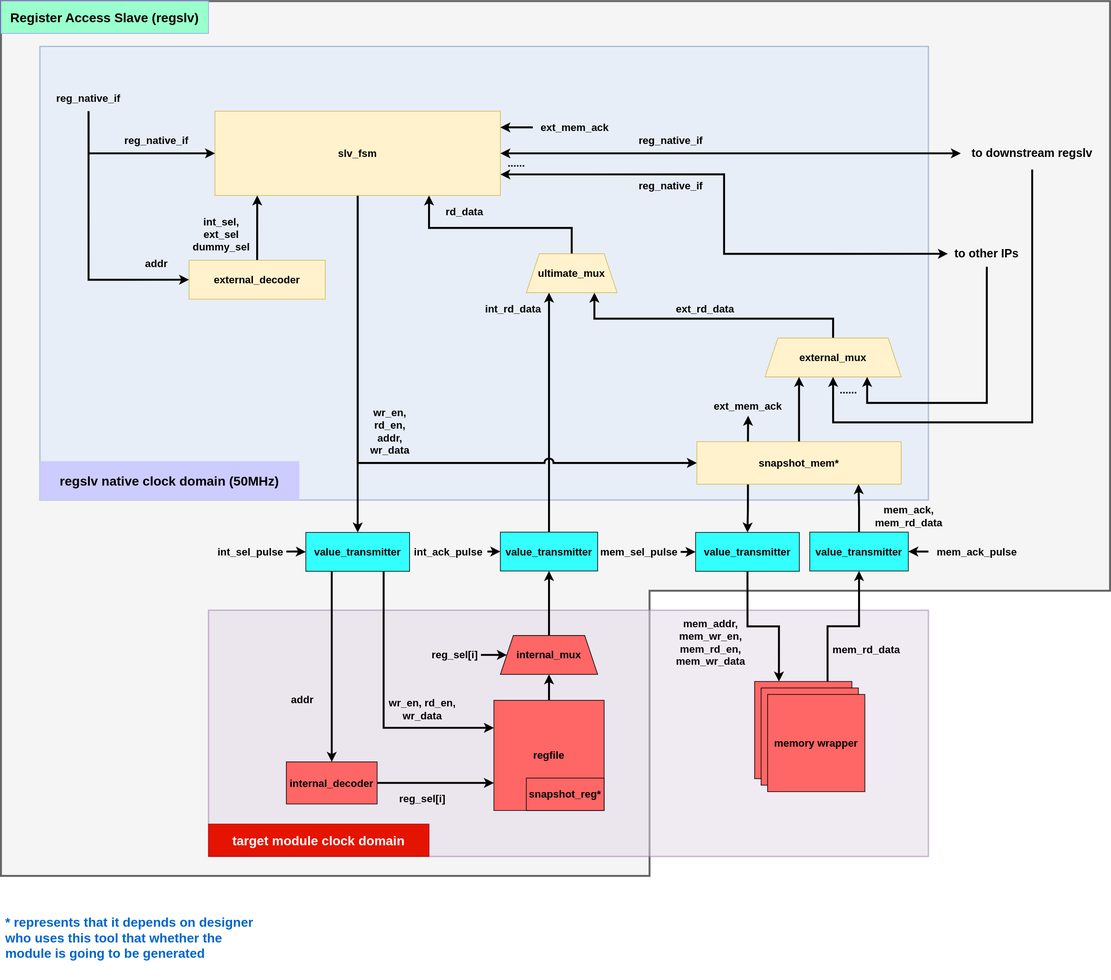
Earlier version of the draw.io export docs/pics/regslv_rtl_infra.svg (howsayhao/hj_reg_auto). Source tidied: cells renumbered, new cells last; positions are measured from the earlier drawing's top-left corner, leaving out a move shared by most shapes.
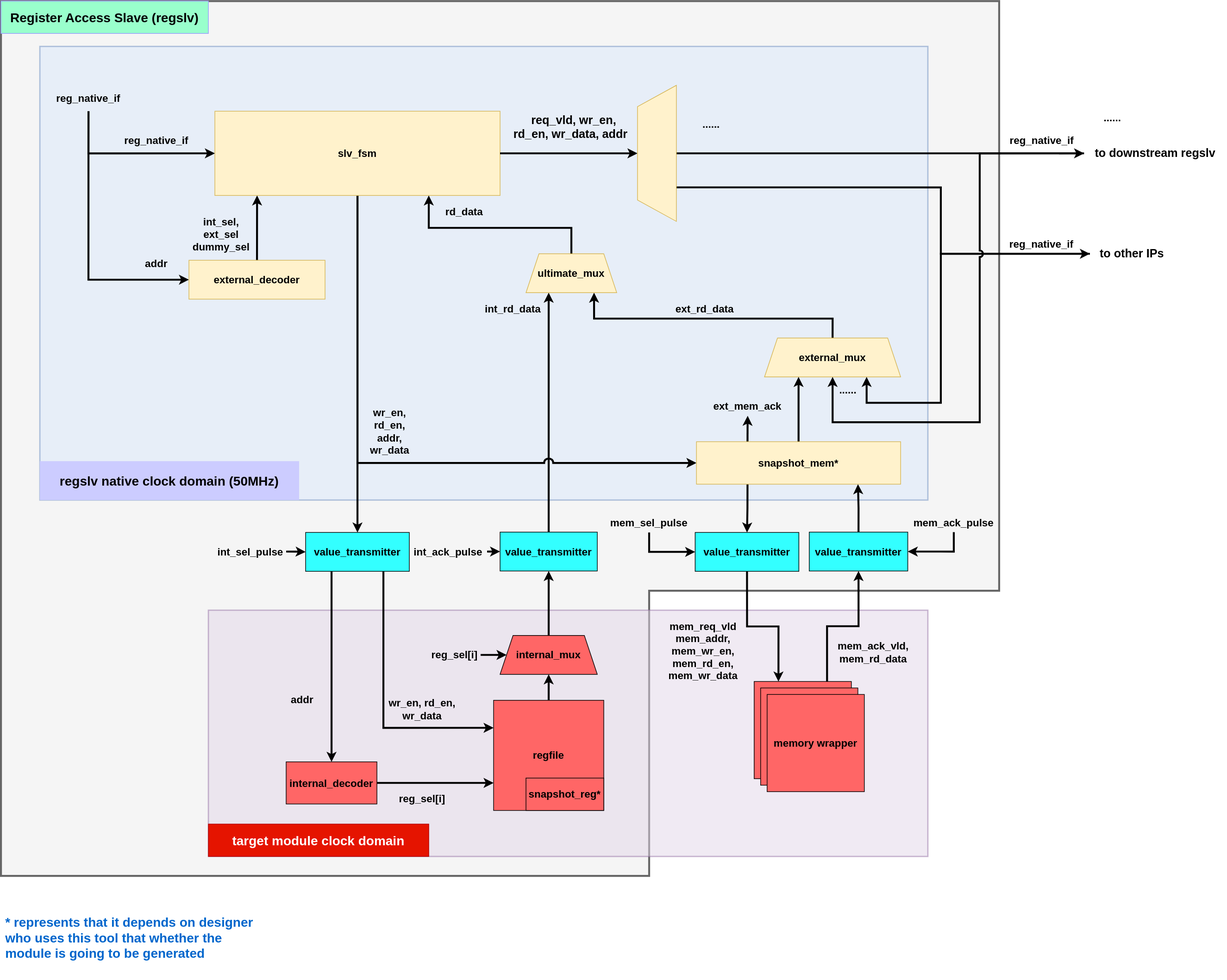
After the change.

Diff of the diagram source:
```diff
@@ -3,7 +3,7 @@
     <mxCell id="0" />
     <mxCell id="1" parent="0" />
     <mxCell id="2" style="shape=corner;whiteSpace=wrap;html=1;fillColor=#f5f5f5;dx=1000;dy=910;strokeWidth=3;strokeColor=#666666;fontColor=#333333;fontSize=16;" parent="1" vertex="1">
-      <mxGeometry width="1710" height="1350" as="geometry" />
+      <mxGeometry width="1540" height="1350" as="geometry" />
     </mxCell>
     <mxCell id="3" style="rounded=0;whiteSpace=wrap;html=1;fillColor=#e1d5e7;strokeColor=#9673a6;strokeWidth=2;opacity=50;fontSize=16;" parent="1" vertex="1">
       <mxGeometry x="320" y="940" width="1110" height="380" as="geometry" />
@@ -20,10 +20,15 @@
     <mxCell id="7" value="&lt;b style=&quot;font-size: 16px;&quot;&gt;value_transmitter&lt;/b&gt;" style="rounded=0;whiteSpace=wrap;html=1;fontColor=#000000;fillColor=#33FFFF;fontSize=16;" parent="1" vertex="1">
       <mxGeometry x="770" y="819.5" width="150" height="60" as="geometry" />
     </mxCell>
-    <mxCell id="8" style="edgeStyle=orthogonalEdgeStyle;rounded=0;html=1;exitX=1;exitY=0.75;exitDx=0;exitDy=0;entryX=0;entryY=0.5;entryDx=0;entryDy=0;fontSize=16;fontColor=#0066CC;strokeWidth=3;startArrow=classic;startFill=1;" parent="1" edge="1" source="12" target="47">
-      <mxGeometry relative="1" as="geometry" />
+    <mxCell id="8" style="edgeStyle=orthogonalEdgeStyle;rounded=0;html=1;entryX=0;entryY=0.5;entryDx=0;entryDy=0;fontSize=16;fontColor=#0066CC;strokeWidth=3;startArrow=none;startFill=0;exitX=0.25;exitY=1;exitDx=0;exitDy=0;" parent="1" edge="1" source="83" target="47">
+      <mxGeometry relative="1" as="geometry">
+        <Array as="points">
+          <mxPoint x="1450" y="288" />
+          <mxPoint x="1450" y="390" />
+        </Array>
+      </mxGeometry>
     </mxCell>
-    <mxCell id="9" style="edgeStyle=orthogonalEdgeStyle;rounded=0;html=1;exitX=1;exitY=0.5;exitDx=0;exitDy=0;fontSize=16;fontColor=#0066CC;strokeWidth=3;entryX=0;entryY=0.5;entryDx=0;entryDy=0;startArrow=classic;startFill=1;" parent="1" edge="1" source="12" target="49">
+    <mxCell id="9" style="edgeStyle=orthogonalEdgeStyle;rounded=0;html=1;fontSize=16;fontColor=#0066CC;strokeWidth=3;entryX=0;entryY=0.5;entryDx=0;entryDy=0;startArrow=none;startFill=0;exitX=0.5;exitY=1;exitDx=0;exitDy=0;" parent="1" edge="1" source="83" target="49">
       <mxGeometry relative="1" as="geometry" />
     </mxCell>
     <mxCell id="10" style="edgeStyle=orthogonalEdgeStyle;rounded=0;html=1;exitX=0.5;exitY=1;exitDx=0;exitDy=0;entryX=0;entryY=0.5;entryDx=0;entryDy=0;fontSize=16;fontColor=#0066CC;strokeWidth=3;jumpStyle=arc;jumpSize=10;" parent="1" edge="1" target="24">
@@ -125,73 +130,54 @@
     <mxCell id="37" value="&lt;b style=&quot;font-size: 16px;&quot;&gt;value_transmitter&lt;/b&gt;" style="rounded=0;whiteSpace=wrap;html=1;fontColor=#000000;fillColor=#33FFFF;fontSize=16;" parent="1" vertex="1">
       <mxGeometry x="1247" y="819.5" width="152" height="60" as="geometry" />
     </mxCell>
-    <mxCell id="38" style="edgeStyle=none;html=1;exitX=1;exitY=0.5;exitDx=0;exitDy=0;entryX=0;entryY=0.5;entryDx=0;entryDy=0;fontSize=18;strokeWidth=3;" parent="1" edge="1" source="39" target="13">
-      <mxGeometry relative="1" as="geometry" />
-    </mxCell>
-    <mxCell id="39" value="&lt;b style=&quot;font-size: 16px;&quot;&gt;mem_sel_pulse&lt;/b&gt;" style="text;html=1;strokeColor=none;fillColor=none;align=center;verticalAlign=middle;whiteSpace=wrap;rounded=0;fontSize=16;" parent="1" vertex="1">
-      <mxGeometry x="920" y="835" width="128" height="30" as="geometry" />
-    </mxCell>
     <mxCell id="40" style="edgeStyle=orthogonalEdgeStyle;rounded=0;html=1;exitX=0.75;exitY=0;exitDx=0;exitDy=0;entryX=0.5;entryY=1;entryDx=0;entryDy=0;strokeWidth=3;fontSize=16;" parent="1" edge="1" source="71" target="37">
       <mxGeometry relative="1" as="geometry" />
     </mxCell>
-    <mxCell id="41" style="edgeStyle=none;html=1;entryX=1;entryY=0.5;entryDx=0;entryDy=0;fontSize=18;strokeWidth=3;" parent="1" edge="1" source="42" target="37">
-      <mxGeometry relative="1" as="geometry" />
-    </mxCell>
-    <mxCell id="42" value="&lt;b style=&quot;font-size: 16px;&quot;&gt;mem_ack_pulse&lt;/b&gt;" style="text;html=1;strokeColor=none;fillColor=none;align=center;verticalAlign=middle;whiteSpace=wrap;rounded=0;fontSize=16;" parent="1" vertex="1">
-      <mxGeometry x="1430" y="834.5" width="150" height="30" as="geometry" />
-    </mxCell>
     <mxCell id="43" value="&lt;font style=&quot;font-size: 20px;&quot; color=&quot;#0066cc&quot;&gt;&lt;span style=&quot;font-size: 20px;&quot;&gt;* represents that it depends on designer who uses this tool that whether the module is going to be generated&lt;/span&gt;&lt;/font&gt;" style="text;html=1;strokeColor=none;fillColor=none;align=left;verticalAlign=middle;whiteSpace=wrap;rounded=0;fontSize=20;spacingLeft=5;fontStyle=1;" parent="1" vertex="1">
       <mxGeometry y="1380" width="410" height="130" as="geometry" />
     </mxCell>
-    <mxCell id="44" value="&lt;b style=&quot;font-size: 16px;&quot;&gt;mem_ack,&lt;br style=&quot;font-size: 16px;&quot;&gt;mem_rd_data&lt;br style=&quot;font-size: 16px;&quot;&gt;&lt;/b&gt;" style="text;html=1;strokeColor=none;fillColor=none;align=center;verticalAlign=middle;whiteSpace=wrap;rounded=0;fontSize=16;" parent="1" vertex="1">
-      <mxGeometry x="1340" y="769.5" width="120" height="50" as="geometry" />
-    </mxCell>
     <mxCell id="45" value="&lt;b style=&quot;font-size: 16px;&quot;&gt;ext_rd_data&lt;/b&gt;" style="text;html=1;strokeColor=none;fillColor=none;align=center;verticalAlign=middle;whiteSpace=wrap;rounded=0;fontSize=16;" parent="1" vertex="1">
       <mxGeometry x="1030" y="460" width="112" height="30" as="geometry" />
     </mxCell>
-    <mxCell id="46" style="edgeStyle=orthogonalEdgeStyle;rounded=0;html=1;exitX=0.5;exitY=1;exitDx=0;exitDy=0;entryX=0.75;entryY=1;entryDx=0;entryDy=0;fontSize=16;fontColor=#0066CC;strokeWidth=3;" parent="1" edge="1" source="47" target="18">
+    <mxCell id="46" style="edgeStyle=orthogonalEdgeStyle;rounded=0;html=1;exitX=0;exitY=0.5;exitDx=0;exitDy=0;entryX=0.75;entryY=1;entryDx=0;entryDy=0;fontSize=16;fontColor=#0066CC;strokeWidth=3;" parent="1" edge="1" source="47" target="18">
       <mxGeometry relative="1" as="geometry">
         <Array as="points">
-          <mxPoint x="1520" y="620" />
-          <mxPoint x="1335" y="620" />
+          <mxPoint x="1450" y="390" />
+          <mxPoint x="1450" y="620" />
+          <mxPoint x="1336" y="620" />
         </Array>
       </mxGeometry>
     </mxCell>
     <mxCell id="47" value="to other IPs" style="rounded=0;whiteSpace=wrap;html=1;fontSize=18;fillColor=none;strokeColor=none;fontStyle=1;" parent="1" vertex="1">
-      <mxGeometry x="1460" y="370" width="120" height="40" as="geometry" />
+      <mxGeometry x="1680" y="370" width="130" height="40" as="geometry" />
     </mxCell>
-    <mxCell id="48" style="edgeStyle=orthogonalEdgeStyle;rounded=0;html=1;entryX=0.5;entryY=1;entryDx=0;entryDy=0;fontSize=16;fontColor=#0066CC;strokeWidth=3;exitX=0.5;exitY=1;exitDx=0;exitDy=0;" parent="1" edge="1" source="49" target="18">
+    <mxCell id="48" style="edgeStyle=orthogonalEdgeStyle;rounded=0;html=1;entryX=0.5;entryY=1;entryDx=0;entryDy=0;fontSize=16;fontColor=#0066CC;strokeWidth=3;exitX=0;exitY=0.5;exitDx=0;exitDy=0;jumpStyle=arc;" parent="1" edge="1" source="49" target="18">
       <mxGeometry relative="1" as="geometry">
         <Array as="points">
-          <mxPoint x="1590" y="650" />
+          <mxPoint x="1510" y="235" />
+          <mxPoint x="1510" y="650" />
           <mxPoint x="1283" y="650" />
         </Array>
       </mxGeometry>
     </mxCell>
     <mxCell id="49" value="to downstream regslv" style="rounded=0;whiteSpace=wrap;html=1;fontSize=18;fillColor=none;strokeColor=none;fontStyle=1;" parent="1" vertex="1">
-      <mxGeometry x="1480" y="210" width="220" height="50" as="geometry" />
+      <mxGeometry x="1671" y="210" width="220" height="50" as="geometry" />
     </mxCell>
     <mxCell id="50" value="&lt;b style=&quot;font-size: 16px;&quot;&gt;......&lt;/b&gt;" style="text;html=1;strokeColor=none;fillColor=none;align=center;verticalAlign=middle;whiteSpace=wrap;rounded=0;fontSize=16;" parent="1" vertex="1">
       <mxGeometry x="1282" y="590" width="50" height="20" as="geometry" />
     </mxCell>
     <mxCell id="51" value="&lt;b style=&quot;font-size: 16px;&quot;&gt;......&lt;/b&gt;" style="text;html=1;strokeColor=none;fillColor=none;align=center;verticalAlign=middle;whiteSpace=wrap;rounded=0;fontSize=16;" parent="1" vertex="1">
-      <mxGeometry x="770" y="240" width="50" height="20" as="geometry" />
+      <mxGeometry x="1071" y="180" width="50" height="20" as="geometry" />
     </mxCell>
     <mxCell id="52" value="&lt;b style=&quot;font-size: 16px;&quot;&gt;reg_native_if&lt;/b&gt;" style="text;html=1;strokeColor=none;fillColor=none;align=center;verticalAlign=middle;whiteSpace=wrap;rounded=0;fontSize=16;fontColor=#000000;" parent="1" vertex="1">
-      <mxGeometry x="968" y="200" width="130" height="30" as="geometry" />
+      <mxGeometry x="1541" y="200" width="130" height="30" as="geometry" />
     </mxCell>
     <mxCell id="53" value="&lt;b style=&quot;font-size: 16px;&quot;&gt;reg_native_if&lt;/b&gt;" style="text;html=1;strokeColor=none;fillColor=none;align=center;verticalAlign=middle;whiteSpace=wrap;rounded=0;fontSize=16;fontColor=#000000;" parent="1" vertex="1">
-      <mxGeometry x="968" y="270" width="130" height="30" as="geometry" />
+      <mxGeometry x="1541" y="360" width="129" height="30" as="geometry" />
     </mxCell>
     <mxCell id="54" value="&lt;b style=&quot;font-size: 16px;&quot;&gt;int_rd_data&lt;/b&gt;" style="text;html=1;strokeColor=none;fillColor=none;align=center;verticalAlign=middle;whiteSpace=wrap;rounded=0;fontSize=16;" parent="1" vertex="1">
       <mxGeometry x="740" y="460" width="100" height="30" as="geometry" />
     </mxCell>
-    <mxCell id="55" style="edgeStyle=orthogonalEdgeStyle;rounded=0;jumpStyle=arc;jumpSize=10;html=1;entryX=1;entryY=0.192;entryDx=0;entryDy=0;entryPerimeter=0;strokeWidth=3;fontSize=16;" parent="1" edge="1" source="56" target="12">
-      <mxGeometry relative="1" as="geometry" />
-    </mxCell>
-    <mxCell id="56" value="&lt;b style=&quot;font-size: 16px;&quot;&gt;ext_mem_ack&lt;/b&gt;" style="text;html=1;strokeColor=none;fillColor=none;align=center;verticalAlign=middle;whiteSpace=wrap;rounded=0;fontSize=16;" parent="1" vertex="1">
-      <mxGeometry x="820" y="180" width="130" height="30" as="geometry" />
-    </mxCell>
     <mxCell id="57" value="&lt;b style=&quot;font-size: 20px;&quot;&gt;regslv native clock domain (50MHz)&lt;/b&gt;" style="rounded=0;whiteSpace=wrap;html=1;fillColor=#CCCCFF;fontSize=20;strokeColor=none;" parent="1" vertex="1">
       <mxGeometry x="60" y="710" width="400" height="60" as="geometry" />
     </mxCell>
@@ -225,8 +211,8 @@
     <mxCell id="67" value="internal_decoder" style="rounded=0;whiteSpace=wrap;html=1;fillColor=#FF6666;fontStyle=1;fontColor=#000000;fontSize=16;" parent="1" vertex="1">
       <mxGeometry x="440" y="1174" width="140" height="65" as="geometry" />
     </mxCell>
-    <mxCell id="68" value="&lt;b style=&quot;font-size: 16px;&quot;&gt;mem_addr,&lt;br style=&quot;font-size: 16px;&quot;&gt;mem_wr_en,&lt;br style=&quot;font-size: 16px;&quot;&gt;mem_rd_en,&lt;br style=&quot;font-size: 16px;&quot;&gt;mem_wr_data&lt;/b&gt;" style="text;html=1;strokeColor=none;fillColor=none;align=center;verticalAlign=middle;whiteSpace=wrap;rounded=0;fontSize=16;" parent="1" vertex="1">
-      <mxGeometry x="1042" y="945" width="105" height="89" as="geometry" />
+    <mxCell id="68" value="&lt;b style=&quot;font-size: 16px&quot;&gt;mem_req_vld&lt;br&gt;mem_addr,&lt;br style=&quot;font-size: 16px&quot;&gt;mem_wr_en,&lt;br style=&quot;font-size: 16px&quot;&gt;mem_rd_en,&lt;br style=&quot;font-size: 16px&quot;&gt;mem_wr_data&lt;/b&gt;" style="text;html=1;strokeColor=none;fillColor=none;align=center;verticalAlign=middle;whiteSpace=wrap;rounded=0;fontSize=16;" parent="1" vertex="1">
+      <mxGeometry x="1020" y="945" width="127" height="115" as="geometry" />
     </mxCell>
     <mxCell id="69" value="&lt;font color=&quot;#000000&quot; style=&quot;font-size: 16px;&quot;&gt;&lt;b style=&quot;font-size: 16px;&quot;&gt;internal_mux&lt;/b&gt;&lt;/font&gt;" style="shape=trapezoid;perimeter=trapezoidPerimeter;whiteSpace=wrap;html=1;fixedSize=1;fontSize=16;fillColor=#FF6666;" parent="1" vertex="1">
       <mxGeometry x="770" y="979" width="150" height="60" as="geometry" />
@@ -261,11 +247,37 @@
     <mxCell id="79" value="&lt;b style=&quot;font-size: 16px;&quot;&gt;snapshot_reg*&lt;/b&gt;" style="rounded=0;whiteSpace=wrap;html=1;fontSize=16;fontColor=#000000;fillColor=#FF6666;" parent="1" vertex="1">
       <mxGeometry x="810" y="1199" width="120" height="50" as="geometry" />
     </mxCell>
-    <mxCell id="80" value="&lt;b style=&quot;font-size: 16px;&quot;&gt;mem_rd_data&lt;/b&gt;" style="text;html=1;strokeColor=none;fillColor=none;align=center;verticalAlign=middle;whiteSpace=wrap;rounded=0;fontSize=16;" parent="1" vertex="1">
-      <mxGeometry x="1282" y="979" width="105" height="44.5" as="geometry" />
+    <mxCell id="80" value="&lt;b style=&quot;font-size: 16px&quot;&gt;mem_ack_vld,&lt;br&gt;mem_rd_data&lt;/b&gt;" style="text;html=1;strokeColor=none;fillColor=none;align=center;verticalAlign=middle;whiteSpace=wrap;rounded=0;fontSize=16;" parent="1" vertex="1">
+      <mxGeometry x="1282" y="979" width="128" height="51" as="geometry" />
     </mxCell>
     <mxCell id="81" value="&lt;b style=&quot;font-size: 20px;&quot;&gt;target module clock domain&lt;/b&gt;" style="rounded=0;whiteSpace=wrap;html=1;fillColor=#e51400;fontSize=20;strokeColor=#B20000;fontColor=#ffffff;" parent="1" vertex="1">
       <mxGeometry x="320" y="1270" width="340" height="50" as="geometry" />
     </mxCell>
+    <mxCell id="41" style="edgeStyle=orthogonalEdgeStyle;html=1;exitX=0.5;exitY=1;exitDx=0;exitDy=0;entryX=1;entryY=0.5;entryDx=0;entryDy=0;strokeWidth=3;rounded=0;" parent="1" edge="1" source="42" target="37">
+      <mxGeometry relative="1" as="geometry" />
+    </mxCell>
+    <mxCell id="42" value="&lt;b style=&quot;font-size: 16px;&quot;&gt;mem_ack_pulse&lt;/b&gt;" style="text;html=1;strokeColor=none;fillColor=none;align=center;verticalAlign=middle;whiteSpace=wrap;rounded=0;fontSize=16;" parent="1" vertex="1">
+      <mxGeometry x="1399" y="789.5" width="142" height="30" as="geometry" />
+    </mxCell>
+    <mxCell id="38" style="edgeStyle=orthogonalEdgeStyle;rounded=0;html=1;entryX=0;entryY=0.5;entryDx=0;entryDy=0;strokeWidth=3;" parent="1" edge="1" source="39" target="13">
+      <mxGeometry relative="1" as="geometry" />
+    </mxCell>
+    <mxCell id="39" value="&lt;b style=&quot;font-size: 16px&quot;&gt;mem_sel_pulse&lt;/b&gt;" style="text;html=1;strokeColor=none;fillColor=none;align=center;verticalAlign=middle;whiteSpace=wrap;rounded=0;fontSize=16;" parent="1" vertex="1">
+      <mxGeometry x="929" y="790" width="142" height="30" as="geometry" />
+    </mxCell>
+    <mxCell id="82" style="edgeStyle=orthogonalEdgeStyle;rounded=0;html=1;exitX=1;exitY=0.5;exitDx=0;exitDy=0;entryX=0.5;entryY=0;entryDx=0;entryDy=0;fontSize=20;startArrow=none;startFill=0;strokeWidth=3;" parent="1" edge="1" target="83">
+      <mxGeometry relative="1" as="geometry">
+        <mxPoint x="770" y="235" as="sourcePoint" />
+      </mxGeometry>
+    </mxCell>
+    <mxCell id="83" style="shape=trapezoid;perimeter=trapezoidPerimeter;whiteSpace=wrap;html=1;fixedSize=1;fontSize=18;fillColor=#fff2cc;strokeColor=#d6b656;rotation=-90;size=33;" parent="1" vertex="1">
+      <mxGeometry x="907" y="205" width="210" height="60" as="geometry" />
+    </mxCell>
+    <mxCell id="84" value="&lt;b&gt;req_vld, wr_en,&lt;br&gt;rd_en, wr_data, addr&amp;nbsp;&amp;nbsp;&lt;/b&gt;" style="text;html=1;strokeColor=none;fillColor=none;align=center;verticalAlign=middle;whiteSpace=wrap;rounded=0;fontSize=18;fontColor=#000000;" parent="1" vertex="1">
+      <mxGeometry x="788.5" y="160" width="190" height="70" as="geometry" />
+    </mxCell>
+    <mxCell id="85" value="&lt;b style=&quot;font-size: 16px;&quot;&gt;......&lt;/b&gt;" style="text;html=1;strokeColor=none;fillColor=none;align=center;verticalAlign=middle;whiteSpace=wrap;rounded=0;fontSize=16;" parent="1" vertex="1">
+      <mxGeometry x="1690" y="170" width="50" height="20" as="geometry" />
+    </mxCell>
   </root>
 </mxGraphModel>
```
